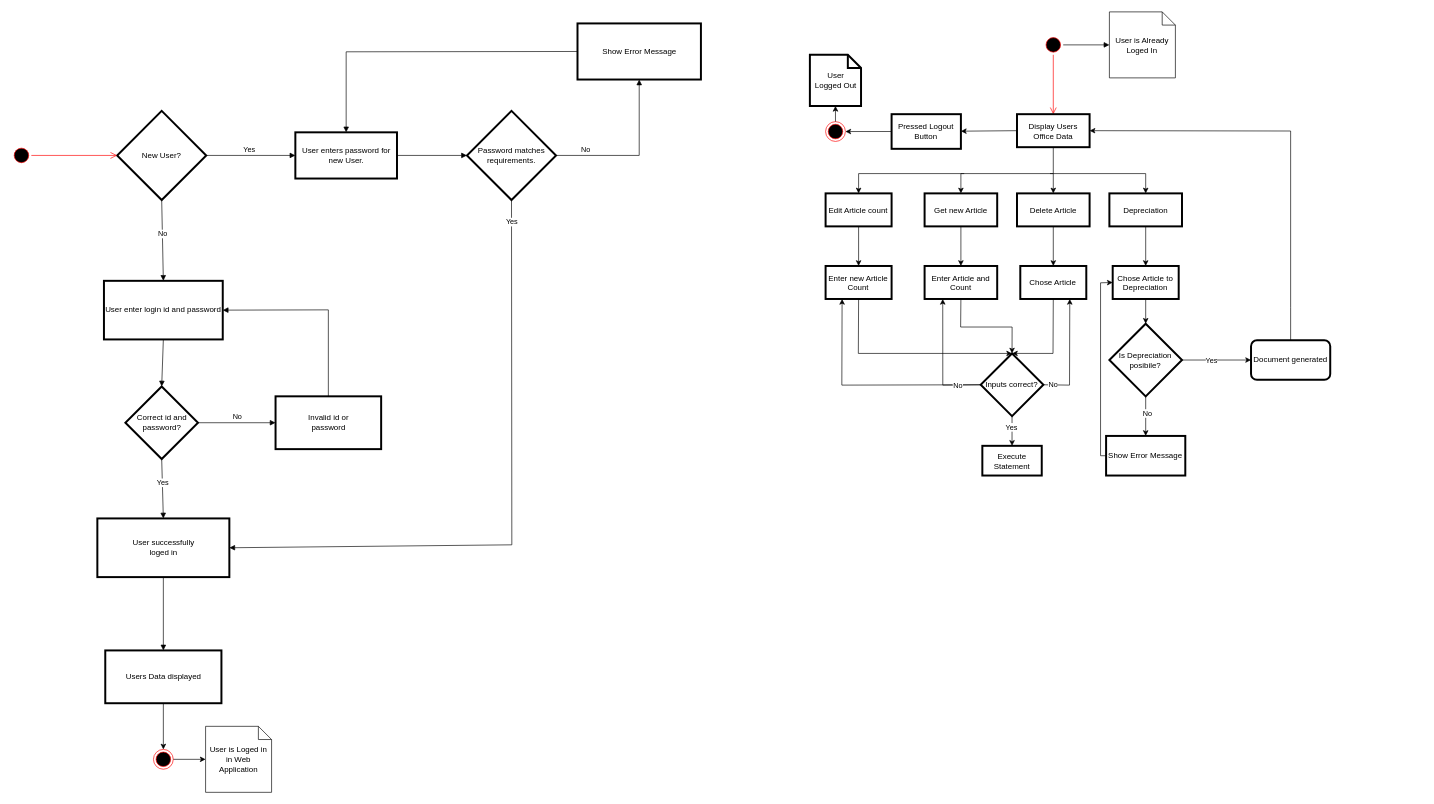
Zakon99/Officemanager keeps this draw.io diagram as src/main/resources/organisation/Aktivitätsdiagramm_LoginPage.drawio. Above is the earlier version. Source tidied: cells renumbered, new cells numbered last; positions are measured from the earlier drawing's top-left corner, leaving out a move shared by most shapes. Both pictures are drawn from the tidied source at 66%, with x=0, y=0 at pixel (11, 11).
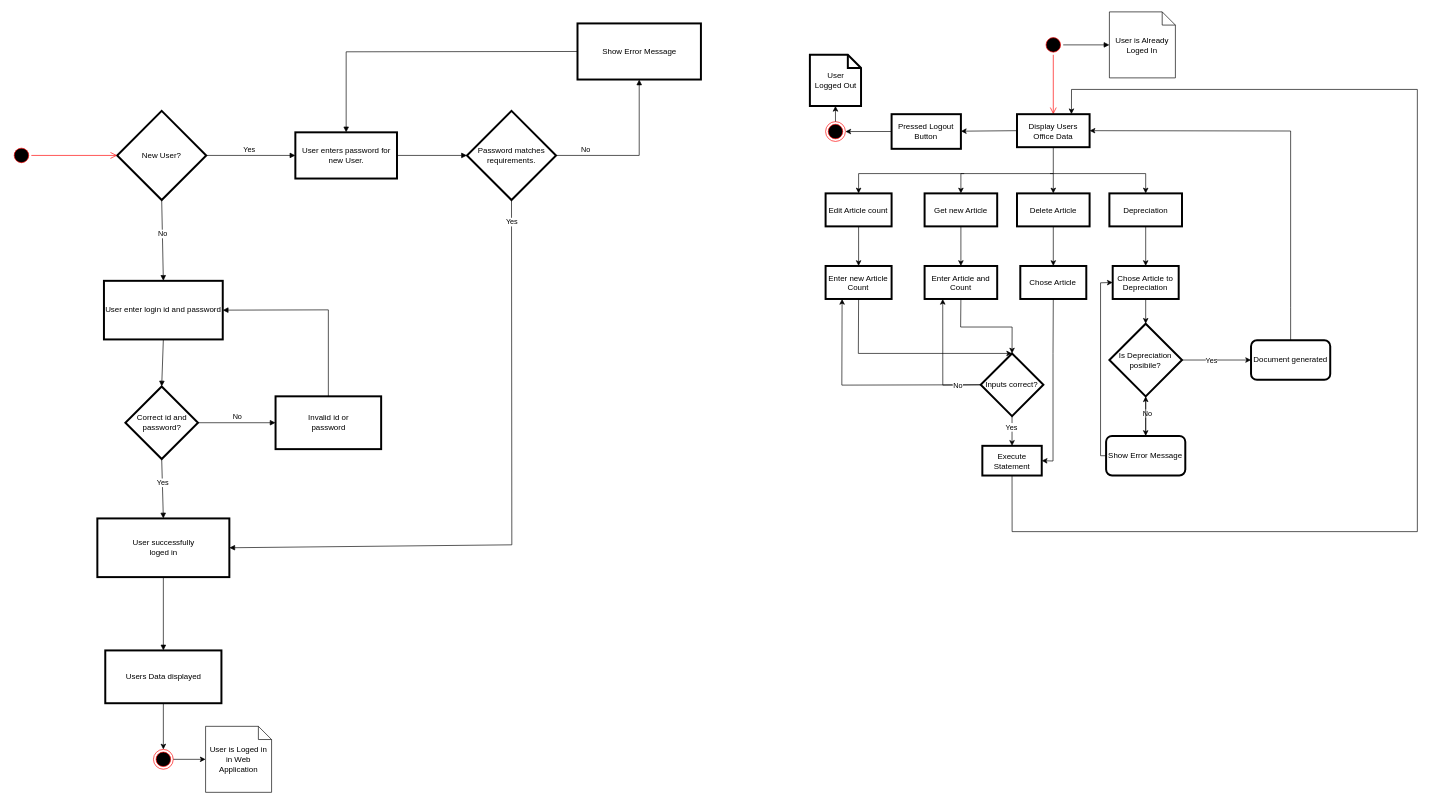
Above is the later version.

The change refers to these unchanged cells:
```xml
<mxCell id="32" value="&lt;div&gt;Display Users&lt;/div&gt;&lt;div&gt;Office Data&lt;br&gt;&lt;/div&gt;" style="html=1;strokeWidth=3;" parent="1" vertex="1">
  <mxGeometry x="1523.4" y="155.5" width="110" height="50" as="geometry" />
</mxCell>
<mxCell id="45" value="Inputs correct?" style="rhombus;whiteSpace=wrap;html=1;strokeWidth=3;" parent="1" vertex="1">
  <mxGeometry x="1468.4" y="518" width="95" height="95" as="geometry" />
</mxCell>
<mxCell id="48" value="Chose Article" style="rounded=0;whiteSpace=wrap;html=1;strokeWidth=3;" parent="1" vertex="1">
  <mxGeometry x="1528.4" y="385.5" width="100" height="50" as="geometry" />
</mxCell>
<mxCell id="51" value="Execute Statement" style="rounded=0;whiteSpace=wrap;html=1;strokeWidth=3;" parent="1" vertex="1">
  <mxGeometry x="1470.9" y="658" width="90" height="45" as="geometry" />
</mxCell>
<mxCell id="62" value="&lt;div&gt;Is Depreciation&lt;/div&gt;&lt;div&gt;posibile?&lt;br&gt;&lt;/div&gt;" style="rhombus;whiteSpace=wrap;html=1;strokeWidth=3;" parent="1" vertex="1">
  <mxGeometry x="1663.4" y="473" width="110" height="110" as="geometry" />
</mxCell>
```

Diff of the diagram source:
```diff
@@
-    <mxCell id="50" style="endArrow=classic;html=1;rounded=0;exitX=0.5;exitY=1;exitDx=0;exitDy=0;entryX=0.5;entryY=0;entryDx=0;entryDy=0;" parent="1" edge="1" source="48" target="45">
+    <mxCell id="50" style="endArrow=classic;html=1;rounded=0;exitX=0.5;exitY=1;exitDx=0;exitDy=0;entryX=1;entryY=0.5;entryDx=0;entryDy=0;" parent="1" edge="1" source="48" target="51">
       <mxGeometry relative="1" as="geometry">
         <Array as="points">
           <mxPoint x="1578" y="518" />
+          <mxPoint x="1578" y="681" />
         </Array>
       </mxGeometry>
     </mxCell>
@@
-    <mxCell id="58" style="endArrow=classic;html=1;rounded=0;exitX=1;exitY=0.5;exitDx=0;exitDy=0;entryX=0.75;entryY=1;entryDx=0;entryDy=0;" parent="1" edge="1" source="45" target="48">
-      <mxGeometry relative="1" as="geometry">
-        <Array as="points">
-          <mxPoint x="1603" y="566" />
-        </Array>
-      </mxGeometry>
-    </mxCell>
-    <mxCell id="59" value="No" style="edgeLabel;html=1;align=center;verticalAlign=middle;" parent="58" vertex="1">
-      <mxGeometry x="-0.84" relative="1" as="geometry" />
-    </mxCell>
@@
-    <mxCell id="68" value="Show Error Message" style="rounded=0;whiteSpace=wrap;html=1;strokeWidth=3;" parent="1" vertex="1">
-      <mxGeometry x="1658.4" y="643" width="120" height="60" as="geometry" />
-    </mxCell>
-    <mxCell id="69" style="endArrow=classic;html=1;rounded=0;exitX=0.5;exitY=1;exitDx=0;exitDy=0;entryX=0.5;entryY=0;entryDx=0;entryDy=0;" parent="1" edge="1" source="62" target="68">
-      <mxGeometry relative="1" as="geometry" />
+    <mxCell id="69" style="endArrow=classic;html=1;rounded=0;exitX=0.5;exitY=1;exitDx=0;exitDy=0;entryX=0.5;entryY=0;entryDx=0;entryDy=0;" parent="1" edge="1" source="62">
+      <mxGeometry relative="1" as="geometry">
+        <mxPoint x="1718.4" y="643" as="targetPoint" />
+      </mxGeometry>
     </mxCell>
@@
+    <mxCell id="78" style="endArrow=classic;html=1;rounded=0;exitX=0.5;exitY=1;exitDx=0;exitDy=0;entryX=0.75;entryY=0;entryDx=0;entryDy=0;" parent="1" edge="1" source="51" target="32">
+      <mxGeometry relative="1" as="geometry">
+        <Array as="points">
+          <mxPoint x="1516" y="788" />
+          <mxPoint x="2130" y="788" />
+          <mxPoint x="2130" y="118" />
+          <mxPoint x="1606" y="118" />
+        </Array>
+      </mxGeometry>
+    </mxCell>
+    <mxCell id="79" style="edgeStyle=orthogonalEdgeStyle;rounded=0;jettySize=auto;html=1;" parent="1" edge="1" source="68" target="62">
+      <mxGeometry relative="1" as="geometry" />
+    </mxCell>
+    <mxCell id="68" value="Show Error Message" style="rounded=1;whiteSpace=wrap;html=1;strokeWidth=3;" parent="1" vertex="1">
+      <mxGeometry x="1658.4" y="643" width="120" height="60" as="geometry" />
+    </mxCell>
```
